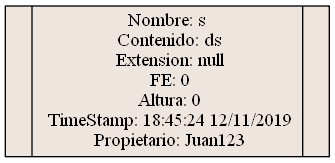
This is Proyecto2/Avl.png from Eduardo01004/EDD_2S2019_PY2_201612124, a Graphviz export, as it was before one commit. Its source is kept beside it as Proyecto2/Avl.dot.
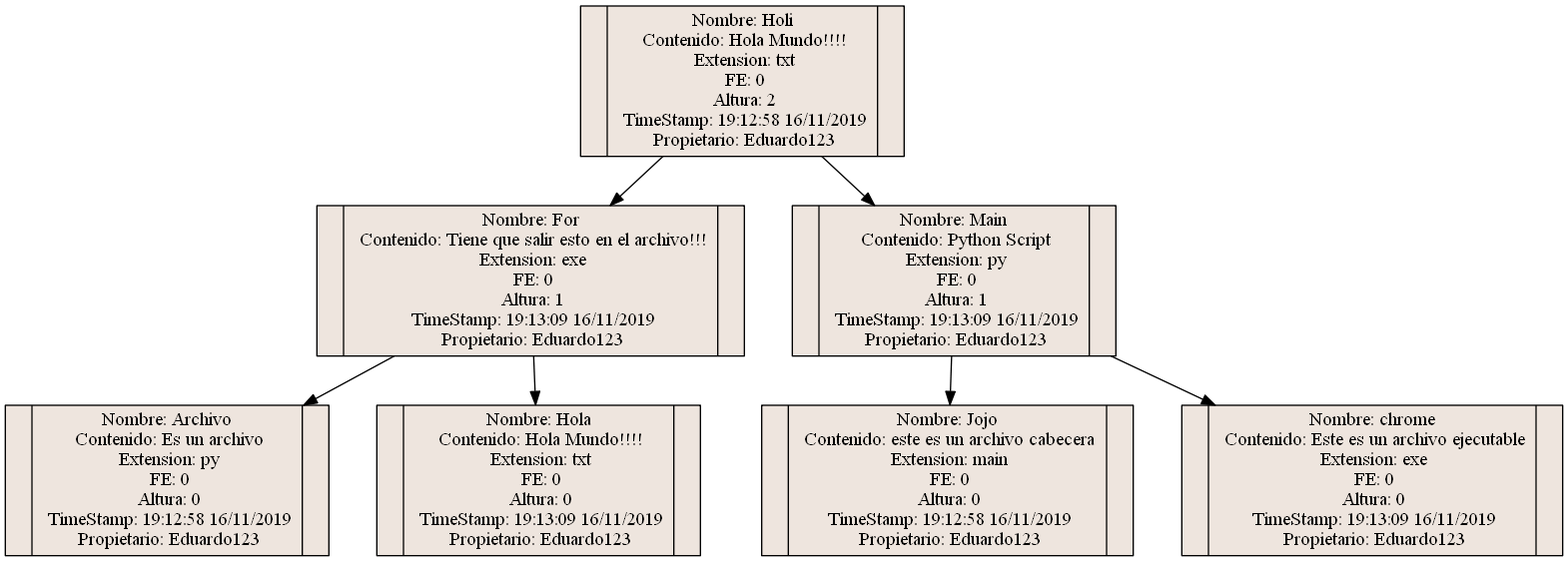
After the commit.

The edit, as a diff of the source:
```diff
@@ -4,5 +4,17 @@
 
 node [shape=record, style=filled,fillcolor=seashell2,width=0.7,height=0.2];
 
-s[label="<C0>|Nombre: s&#92;n Contenido: ds&#92;n Extension: null&#92;n FE: 0&#92;n Altura: 0&#92;n TimeStamp: 18:45:24 12/11/2019&#92;n Propietario: Juan123|<C1>"];
+Archivo[label="<C0>|Nombre: Archivo&#92;n Contenido: Es un archivo&#92;n Extension: py&#92;n FE: 0&#92;n Altura: 0&#92;n TimeStamp: 19:12:58 16/11/2019&#92;n Propietario: Eduardo123|<C1>"];
+For[label="<C0>|Nombre: For&#92;n Contenido: Tiene que salir esto en el archivo!!!&#92;n Extension: exe&#92;n FE: 0&#92;n Altura: 1&#92;n TimeStamp: 19:13:09 16/11/2019&#92;n Propietario: Eduardo123|<C1>"];
+For->Hola
+For->Archivo
+Hola[label="<C0>|Nombre: Hola&#92;n Contenido: Hola Mundo!!!!&#92;n Extension: txt&#92;n FE: 0&#92;n Altura: 0&#92;n TimeStamp: 19:13:09 16/11/2019&#92;n Propietario: Eduardo123|<C1>"];
+Holi[label="<C0>|Nombre: Holi&#92;n Contenido: Hola Mundo!!!!&#92;n Extension: txt&#92;n FE: 0&#92;n Altura: 2&#92;n TimeStamp: 19:12:58 16/11/2019&#92;n Propietario: Eduardo123|<C1>"];
+Holi->Main
+Holi->For
+Jojo[label="<C0>|Nombre: Jojo&#92;n Contenido: este es un archivo cabecera&#92;n Extension: main&#92;n FE: 0&#92;n Altura: 0&#92;n TimeStamp: 19:12:58 16/11/2019&#92;n Propietario: Eduardo123|<C1>"];
+Main[label="<C0>|Nombre: Main&#92;n Contenido: Python Script&#92;n Extension: py&#92;n FE: 0&#92;n Altura: 1&#92;n TimeStamp: 19:13:09 16/11/2019&#92;n Propietario: Eduardo123|<C1>"];
+Main->chrome
+Main->Jojo
+chrome[label="<C0>|Nombre: chrome&#92;n Contenido: Este es un archivo ejecutable&#92;n Extension: exe&#92;n FE: 0&#92;n Altura: 0&#92;n TimeStamp: 19:13:09 16/11/2019&#92;n Propietario: Eduardo123|<C1>"];
 }
```
